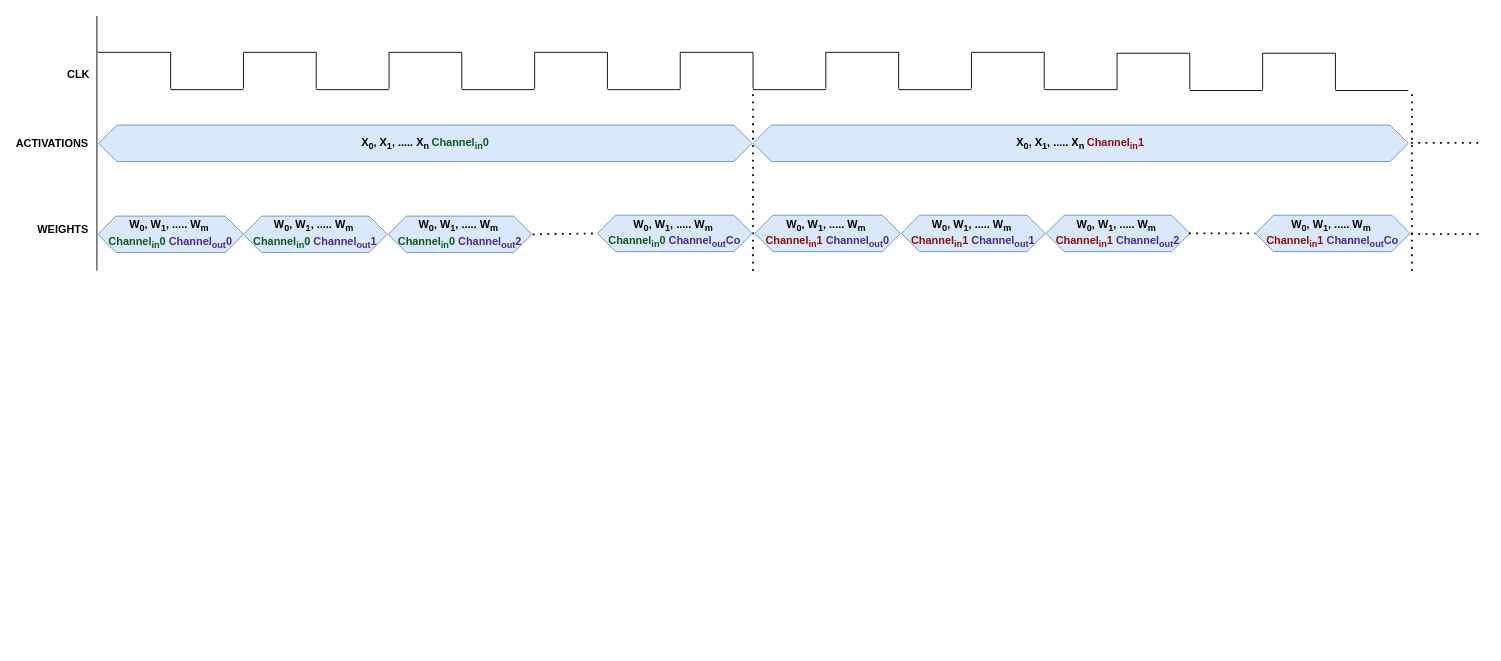
Above: Timing diagram_eIQ_neutron.drawio in Nithyarajoman/Drawio-figures (draw.io), before the change. Source tidied: cells renumbered, new cells numbered last; positions are measured from the earlier drawing's top-left corner, leaving out a move shared by most shapes. Both pictures are drawn from the tidied source at 91%, with x=0, y=0 at pixel (17, 15).
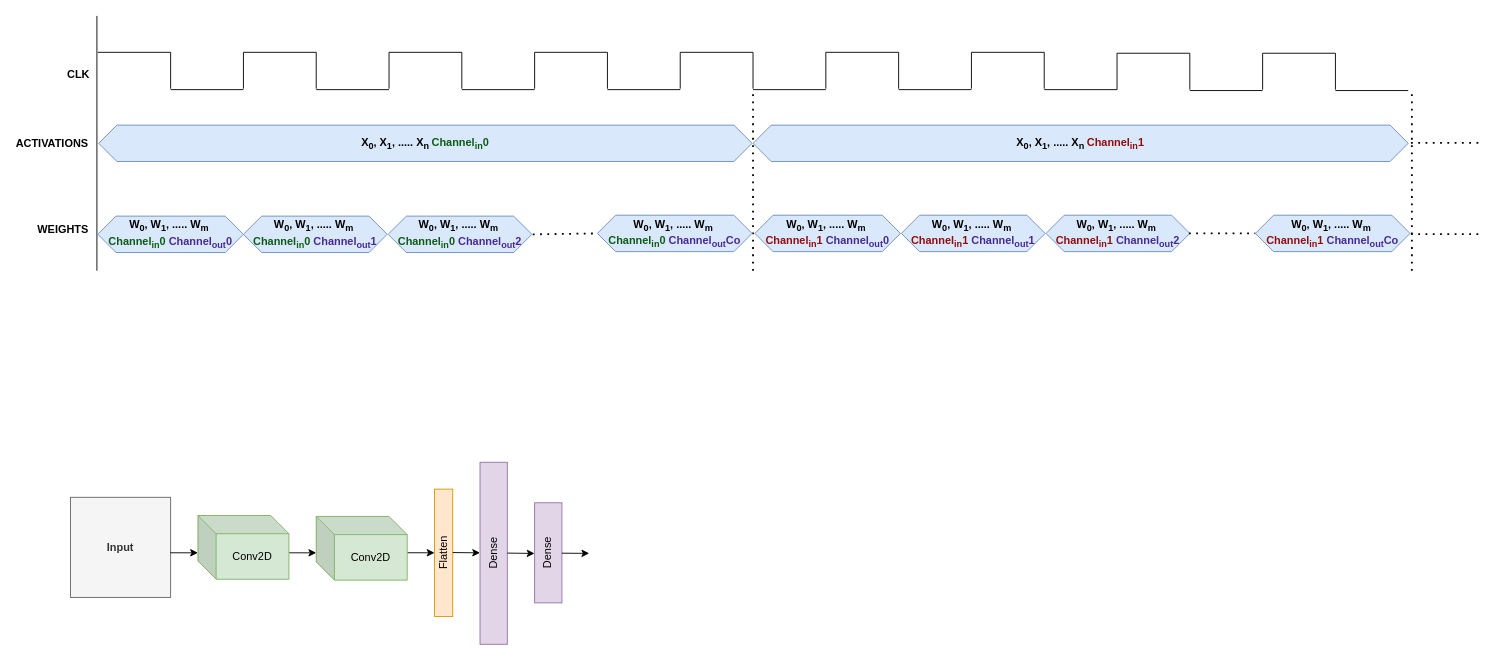
The same page after the edit.

What changed in the source:
```diff
@@
+    <mxCell id="66" value="&lt;b&gt;Input&lt;/b&gt;" style="whiteSpace=wrap;html=1;fillColor=#f5f5f5;fontColor=#333333;strokeColor=#666666;" parent="1" vertex="1">
+      <mxGeometry x="58" y="529" width="110" height="110" as="geometry" />
+    </mxCell>
+    <mxCell id="67" style="endArrow=classic;html=1;rounded=0;exitX=0.997;exitY=0.554;exitDx=0;exitDy=0;exitPerimeter=0;" parent="1" edge="1" source="66">
+      <mxGeometry relative="1" as="geometry">
+        <mxPoint x="198" y="590" as="targetPoint" />
+      </mxGeometry>
+    </mxCell>
+    <mxCell id="68" style="endArrow=classic;html=1;rounded=0;" parent="1" edge="1">
+      <mxGeometry relative="1" as="geometry">
+        <mxPoint x="298" y="590" as="sourcePoint" />
+        <mxPoint x="328" y="590" as="targetPoint" />
+      </mxGeometry>
+    </mxCell>
+    <mxCell id="69" value="Flatten" style="rounded=0;whiteSpace=wrap;html=1;fillColor=#ffe6cc;strokeColor=#d79b00;horizontal=0;" parent="1" vertex="1">
+      <mxGeometry x="458" y="520" width="20" height="140" as="geometry" />
+    </mxCell>
+    <mxCell id="70" value="Dense" style="rounded=0;whiteSpace=wrap;html=1;fillColor=#e1d5e7;strokeColor=#9673a6;horizontal=0;" parent="1" vertex="1">
+      <mxGeometry x="508" y="490.5" width="30" height="200" as="geometry" />
+    </mxCell>
+    <mxCell id="71" value="Dense" style="rounded=0;whiteSpace=wrap;html=1;fillColor=#e1d5e7;strokeColor=#9673a6;horizontal=0;" parent="1" vertex="1">
+      <mxGeometry x="568" y="535" width="30" height="110" as="geometry" />
+    </mxCell>
+    <mxCell id="72" style="endArrow=classic;html=1;rounded=0;" parent="1" edge="1">
+      <mxGeometry relative="1" as="geometry">
+        <mxPoint x="428" y="589.9" as="sourcePoint" />
+        <mxPoint x="458" y="590" as="targetPoint" />
+      </mxGeometry>
+    </mxCell>
+    <mxCell id="73" style="endArrow=classic;html=1;rounded=0;" parent="1" edge="1">
+      <mxGeometry relative="1" as="geometry">
+        <mxPoint x="478" y="589.7" as="sourcePoint" />
+        <mxPoint x="508" y="590" as="targetPoint" />
+      </mxGeometry>
+    </mxCell>
+    <mxCell id="74" style="endArrow=classic;html=1;rounded=0;entryX=-0.003;entryY=0.546;entryDx=0;entryDy=0;entryPerimeter=0;" parent="1" edge="1">
+      <mxGeometry relative="1" as="geometry">
+        <mxPoint x="538" y="590.3" as="sourcePoint" />
+        <mxPoint x="567.9" y="590.7" as="targetPoint" />
+      </mxGeometry>
+    </mxCell>
+    <mxCell id="75" style="endArrow=classic;html=1;rounded=0;entryX=-0.003;entryY=0.546;entryDx=0;entryDy=0;entryPerimeter=0;" parent="1" edge="1">
+      <mxGeometry relative="1" as="geometry">
+        <mxPoint x="598" y="590.4" as="sourcePoint" />
+        <mxPoint x="628" y="590.6" as="targetPoint" />
+      </mxGeometry>
+    </mxCell>
+    <mxCell id="76" value="Conv2D" style="shape=cube;whiteSpace=wrap;html=1;boundedLbl=1;backgroundOutline=1;darkOpacity=0.05;darkOpacity2=0.1;fillColor=#d5e8d4;strokeColor=#82b366;" parent="1" vertex="1">
+      <mxGeometry x="198" y="549" width="100" height="70" as="geometry" />
+    </mxCell>
+    <mxCell id="77" value="Conv2D" style="shape=cube;whiteSpace=wrap;html=1;boundedLbl=1;backgroundOutline=1;darkOpacity=0.05;darkOpacity2=0.1;fillColor=#d5e8d4;strokeColor=#82b366;" parent="1" vertex="1">
+      <mxGeometry x="328" y="550" width="100" height="70" as="geometry" />
+    </mxCell>
```
